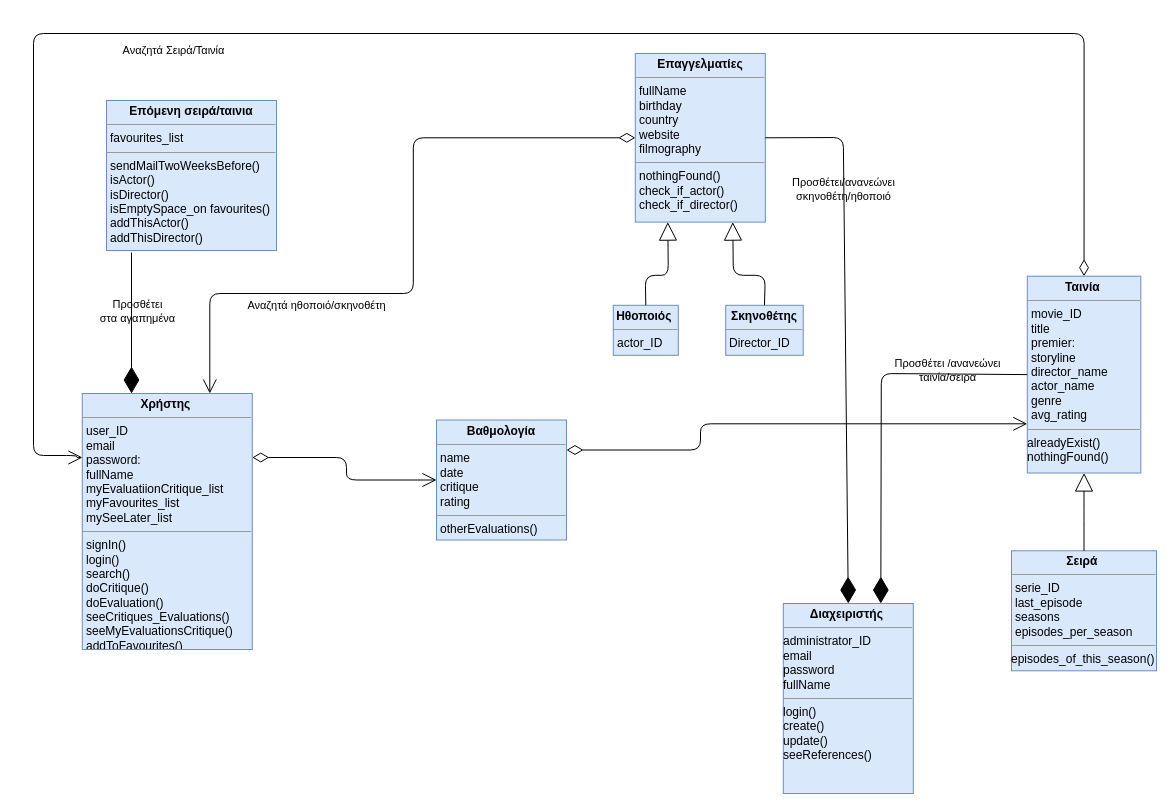
Above: ArtemisErg.drawio in MelTsesmelis/group51 (draw.io), before the change. Source tidied: cells renumbered, new cells numbered last; positions are measured from the earlier drawing's top-left corner, leaving out a move shared by most shapes. Both pictures are drawn from the tidied source at 100%, with x=0, y=0 at pixel (33, 33).
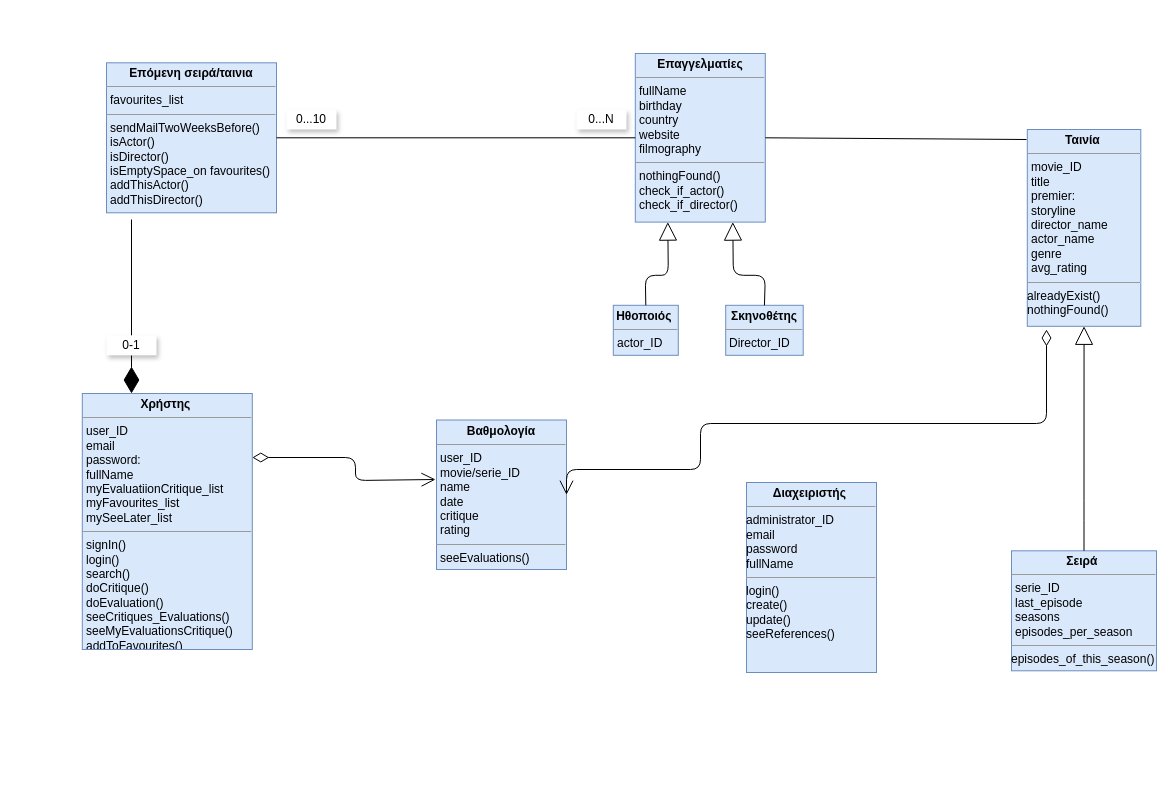
The same page after the edit.

Unchanged cells that the change refers to:
```xml
<mxCell id="2" value="&lt;p style=&quot;margin: 0px ; margin-top: 4px ; text-align: center&quot;&gt;&lt;b&gt;Χρήστης&amp;nbsp;&lt;/b&gt;&lt;/p&gt;&lt;hr size=&quot;1&quot;&gt;&lt;p style=&quot;margin: 0px ; margin-left: 4px&quot;&gt;user_ID&lt;br&gt;&lt;/p&gt;&lt;p style=&quot;margin: 0px ; margin-left: 4px&quot;&gt;email&lt;/p&gt;&lt;p style=&quot;margin: 0px ; margin-left: 4px&quot;&gt;password:&lt;/p&gt;&lt;p style=&quot;margin: 0px ; margin-left: 4px&quot;&gt;fullName&lt;/p&gt;&lt;p style=&quot;margin: 0px ; margin-left: 4px&quot;&gt;myEvaluatiionCritique_list&lt;br&gt;&lt;/p&gt;&lt;p style=&quot;margin: 0px ; margin-left: 4px&quot;&gt;myFavourites_list&lt;/p&gt;&lt;p style=&quot;margin: 0px ; margin-left: 4px&quot;&gt;mySeeLater_list&lt;/p&gt;&lt;hr size=&quot;1&quot;&gt;&lt;p style=&quot;margin: 0px 0px 0px 4px&quot;&gt;&lt;span&gt;signIn()&lt;/span&gt;&lt;br&gt;&lt;/p&gt;&lt;p style=&quot;margin: 0px 0px 0px 4px&quot;&gt;&lt;span&gt;login()&lt;/span&gt;&lt;/p&gt;&lt;p style=&quot;margin: 0px 0px 0px 4px&quot;&gt;search()&lt;span&gt;&lt;br&gt;&lt;/span&gt;&lt;/p&gt;&lt;p style=&quot;margin: 0px 0px 0px 4px&quot;&gt;doCritique()&lt;/p&gt;&lt;p style=&quot;margin: 0px 0px 0px 4px&quot;&gt;doEvaluation()&lt;/p&gt;&lt;p style=&quot;margin: 0px 0px 0px 4px&quot;&gt;seeCritiques_Evaluations()&lt;/p&gt;&lt;p style=&quot;margin: 0px 0px 0px 4px&quot;&gt;seeMyEvaluationsCritique()&lt;/p&gt;&lt;p style=&quot;margin: 0px 0px 0px 4px&quot;&gt;addToFavourites()&lt;/p&gt;&lt;p style=&quot;margin: 0px 0px 0px 4px&quot;&gt;&lt;br&gt;&lt;/p&gt;" style="verticalAlign=top;align=left;overflow=fill;fontSize=12;fontFamily=Helvetica;html=1;fillColor=#dae8fc;strokeColor=#6c8ebf;labelBackgroundColor=none;" parent="1" vertex="1">
  <mxGeometry x="48.8" y="360" width="170" height="256" as="geometry" />
</mxCell>
<mxCell id="10" value="&lt;p style=&quot;margin: 0px ; margin-top: 4px ; text-align: center&quot;&gt;&lt;b&gt;Επαγγελματίες&lt;/b&gt;&lt;/p&gt;&lt;hr size=&quot;1&quot;&gt;&lt;p style=&quot;margin: 0px 0px 0px 4px&quot;&gt;&lt;span&gt;fullName&lt;/span&gt;&lt;br&gt;&lt;/p&gt;&lt;p style=&quot;margin: 0px 0px 0px 4px&quot;&gt;birthday&lt;/p&gt;&lt;p style=&quot;margin: 0px 0px 0px 4px&quot;&gt;country&lt;/p&gt;&lt;p style=&quot;margin: 0px 0px 0px 4px&quot;&gt;website&lt;/p&gt;&lt;p style=&quot;margin: 0px 0px 0px 4px&quot;&gt;filmography&lt;/p&gt;&lt;hr size=&quot;1&quot;&gt;&lt;p style=&quot;margin: 0px ; margin-left: 4px&quot;&gt;&lt;span&gt;nothingFound()&lt;/span&gt;&lt;br&gt;&lt;/p&gt;&lt;p style=&quot;margin: 0px ; margin-left: 4px&quot;&gt;check_if_actor()&lt;/p&gt;&lt;p style=&quot;margin: 0px ; margin-left: 4px&quot;&gt;check_if_director()&lt;/p&gt;" style="verticalAlign=top;align=left;overflow=fill;fontSize=12;fontFamily=Helvetica;html=1;fillColor=#dae8fc;strokeColor=#6c8ebf;labelBackgroundColor=none;" parent="1" vertex="1">
  <mxGeometry x="601.8" y="20" width="130" height="168.6" as="geometry" />
</mxCell>
```

The edit, as a diff of the source:
```diff
@@
-    <mxCell id="3" value="&lt;p style=&quot;margin: 0px ; margin-top: 4px ; text-align: center&quot;&gt;&lt;b&gt;Βαθμολογία&lt;/b&gt;&lt;/p&gt;&lt;hr size=&quot;1&quot;&gt;&lt;p style=&quot;margin: 0px ; margin-left: 4px&quot;&gt;&lt;span&gt;name&lt;/span&gt;&lt;br&gt;&lt;/p&gt;&lt;p style=&quot;margin: 0px ; margin-left: 4px&quot;&gt;&lt;span&gt;date&lt;/span&gt;&lt;/p&gt;&lt;p style=&quot;margin: 0px ; margin-left: 4px&quot;&gt;&lt;span&gt;critique&lt;/span&gt;&lt;/p&gt;&lt;p style=&quot;margin: 0px ; margin-left: 4px&quot;&gt;&lt;span&gt;rating&lt;/span&gt;&lt;/p&gt;&lt;hr size=&quot;1&quot;&gt;&lt;p style=&quot;margin: 0px ; margin-left: 4px&quot;&gt;otherEvaluations()&lt;/p&gt;&lt;p style=&quot;margin: 0px ; margin-left: 4px&quot;&gt;&lt;br&gt;&lt;/p&gt;&lt;p style=&quot;margin: 0px ; margin-left: 4px&quot;&gt;&lt;br&gt;&lt;/p&gt;" style="verticalAlign=top;align=left;overflow=fill;fontSize=12;fontFamily=Helvetica;html=1;fillColor=#dae8fc;strokeColor=#6c8ebf;" parent="1" vertex="1">
-      <mxGeometry x="403" y="386.5" width="130" height="120" as="geometry" />
+    <mxCell id="3" value="&lt;p style=&quot;margin: 0px ; margin-top: 4px ; text-align: center&quot;&gt;&lt;b&gt;Βαθμολογία&lt;/b&gt;&lt;/p&gt;&lt;hr size=&quot;1&quot;&gt;&lt;p style=&quot;margin: 0px ; margin-left: 4px&quot;&gt;&lt;span&gt;user_ID&lt;/span&gt;&lt;/p&gt;&lt;p style=&quot;margin: 0px ; margin-left: 4px&quot;&gt;movie/serie_ID&lt;/p&gt;&lt;p style=&quot;margin: 0px ; margin-left: 4px&quot;&gt;&lt;span&gt;name&lt;/span&gt;&lt;br&gt;&lt;/p&gt;&lt;p style=&quot;margin: 0px ; margin-left: 4px&quot;&gt;&lt;span&gt;date&lt;/span&gt;&lt;/p&gt;&lt;p style=&quot;margin: 0px ; margin-left: 4px&quot;&gt;&lt;span&gt;critique&lt;/span&gt;&lt;/p&gt;&lt;p style=&quot;margin: 0px ; margin-left: 4px&quot;&gt;&lt;span&gt;rating&lt;/span&gt;&lt;/p&gt;&lt;hr size=&quot;1&quot;&gt;&lt;p style=&quot;margin: 0px ; margin-left: 4px&quot;&gt;seeEvaluations()&lt;/p&gt;&lt;p style=&quot;margin: 0px ; margin-left: 4px&quot;&gt;&lt;br&gt;&lt;/p&gt;&lt;p style=&quot;margin: 0px ; margin-left: 4px&quot;&gt;&lt;br&gt;&lt;/p&gt;" style="verticalAlign=top;align=left;overflow=fill;fontSize=12;fontFamily=Helvetica;html=1;fillColor=#dae8fc;strokeColor=#6c8ebf;" parent="1" vertex="1">
+      <mxGeometry x="403" y="386.5" width="130" height="149.5" as="geometry" />
     </mxCell>
     <mxCell id="4" value="&lt;p style=&quot;margin: 0px ; margin-top: 4px ; text-align: center&quot;&gt;&lt;b&gt;&amp;nbsp;Επόμενη σειρά/ταινια&amp;nbsp;&lt;/b&gt;&lt;/p&gt;&lt;hr size=&quot;1&quot;&gt;&lt;p style=&quot;margin: 0px ; margin-left: 4px&quot;&gt;&lt;span&gt;favourites_list&lt;/span&gt;&lt;br&gt;&lt;/p&gt;&lt;hr size=&quot;1&quot;&gt;&lt;p style=&quot;margin: 0px ; margin-left: 4px&quot;&gt;sendMailTwoWeeksBefore()&lt;/p&gt;&lt;p style=&quot;margin: 0px ; margin-left: 4px&quot;&gt;isActor()&lt;/p&gt;&lt;p style=&quot;margin: 0px ; margin-left: 4px&quot;&gt;isDirector()&lt;/p&gt;&lt;p style=&quot;margin: 0px ; margin-left: 4px&quot;&gt;isEmptySpace_on favourites()&lt;/p&gt;&lt;p style=&quot;margin: 0px ; margin-left: 4px&quot;&gt;addThisActor()&lt;/p&gt;&lt;p style=&quot;margin: 0px ; margin-left: 4px&quot;&gt;addThisDirector()&lt;/p&gt;" style="verticalAlign=top;align=left;overflow=fill;fontSize=12;fontFamily=Helvetica;html=1;fillColor=#dae8fc;strokeColor=#6c8ebf;labelBackgroundColor=none;" parent="1" vertex="1">
-      <mxGeometry x="73" y="67" width="170" height="150" as="geometry" />
+      <mxGeometry x="73" y="29.3" width="170" height="150" as="geometry" />
     </mxCell>
@@
     <mxCell id="8" value="&lt;p style=&quot;margin: 0px ; margin-top: 4px ; text-align: center&quot;&gt;&lt;b&gt;Ταινία&amp;nbsp;&lt;/b&gt;&lt;/p&gt;&lt;hr size=&quot;1&quot;&gt;&lt;p style=&quot;margin: 0px 0px 0px 4px&quot;&gt;movie_ID&lt;/p&gt;&lt;p style=&quot;margin: 0px 0px 0px 4px&quot;&gt;title&lt;br&gt;&lt;/p&gt;&lt;p style=&quot;margin: 0px 0px 0px 4px&quot;&gt;premier:&lt;/p&gt;&lt;p style=&quot;margin: 0px 0px 0px 4px&quot;&gt;storyline&lt;/p&gt;&lt;p style=&quot;margin: 0px 0px 0px 4px&quot;&gt;director_name&lt;/p&gt;&lt;p style=&quot;margin: 0px 0px 0px 4px&quot;&gt;actor_name&lt;/p&gt;&lt;p style=&quot;margin: 0px 0px 0px 4px&quot;&gt;genre&lt;/p&gt;&lt;p style=&quot;margin: 0px 0px 0px 4px&quot;&gt;avg_rating&lt;/p&gt;&lt;hr size=&quot;1&quot;&gt;alreadyExist()&lt;br&gt;nothingFound()&lt;br&gt;&lt;br&gt;&lt;p style=&quot;margin: 0px ; margin-left: 4px&quot;&gt;&lt;/p&gt;" style="verticalAlign=top;align=left;overflow=fill;fontSize=12;fontFamily=Helvetica;html=1;fillColor=#dae8fc;strokeColor=#6c8ebf;labelBackgroundColor=none;" parent="1" vertex="1">
-      <mxGeometry x="993.8" y="242.7" width="113.5" height="196.8" as="geometry" />
+      <mxGeometry x="993.8" y="96" width="113.5" height="196.8" as="geometry" />
     </mxCell>
     <mxCell id="9" value="&lt;p style=&quot;margin: 0px ; margin-top: 4px ; text-align: center&quot;&gt;&lt;b&gt;Διαχειριστής&amp;nbsp;&lt;/b&gt;&lt;/p&gt;&lt;hr size=&quot;1&quot;&gt;administrator_ID&lt;br&gt;&lt;span&gt;email&lt;br&gt;&lt;/span&gt;&lt;span&gt;password&lt;br&gt;&lt;/span&gt;&lt;span&gt;fullName&lt;/span&gt;&lt;span&gt;&lt;br&gt;&lt;/span&gt;&lt;hr size=&quot;1&quot;&gt;login()&lt;span&gt;&lt;br&gt;create()&lt;br&gt;update()&lt;br&gt;&lt;/span&gt;&lt;span&gt;seeReferences()&lt;/span&gt;&lt;span&gt;&lt;br&gt;&lt;/span&gt;" style="verticalAlign=top;align=left;overflow=fill;fontSize=12;fontFamily=Helvetica;html=1;fillColor=#dae8fc;strokeColor=#6c8ebf;labelBackgroundColor=none;" parent="1" vertex="1">
-      <mxGeometry x="749.8" y="570" width="130" height="190" as="geometry" />
+      <mxGeometry x="713" y="449" width="130" height="190" as="geometry" />
     </mxCell>
@@
-    <mxCell id="14" style="endArrow=open;html=1;endSize=12;startArrow=diamondThin;startSize=14;startFill=0;edgeStyle=orthogonalEdgeStyle;align=left;verticalAlign=bottom;entryX=0.75;entryY=0;entryDx=0;entryDy=0;exitX=0;exitY=0.5;exitDx=0;exitDy=0;labelBackgroundColor=none;" parent="1" edge="1" source="10" target="2">
-      <mxGeometry x="-1" y="3" relative="1" as="geometry">
-        <Array as="points">
-          <mxPoint x="379.8" y="104" />
-          <mxPoint x="379.8" y="260" />
-          <mxPoint x="176.8" y="260" />
-        </Array>
-      </mxGeometry>
-    </mxCell>
-    <mxCell id="15" value="Αναζητά ηθοποιό/σκηνοθέτη" style="edgeLabel;html=1;align=center;verticalAlign=middle;labelBackgroundColor=none;" parent="14" vertex="1">
-      <mxGeometry x="0.26" y="4" relative="1" as="geometry">
-        <mxPoint x="-46" y="7" as="offset" />
-      </mxGeometry>
-    </mxCell>
-    <mxCell id="16" style="endArrow=diamondThin;endFill=1;endSize=24;html=1;entryX=0.5;entryY=0;entryDx=0;entryDy=0;exitX=1;exitY=0.5;exitDx=0;exitDy=0;labelBackgroundColor=none;" parent="1" edge="1" source="10" target="9">
-      <mxGeometry relative="1" as="geometry">
-        <Array as="points">
-          <mxPoint x="809.8" y="104" />
-        </Array>
-      </mxGeometry>
-    </mxCell>
-    <mxCell id="17" value="Προσθέτει/ανανεώνει&lt;br&gt;σκηνοθέτη/ηθοποιό" style="edgeLabel;html=1;align=center;verticalAlign=middle;labelBackgroundColor=none;" parent="16" vertex="1">
-      <mxGeometry x="0.04" y="-2" relative="1" as="geometry">
-        <mxPoint y="-154" as="offset" />
-      </mxGeometry>
-    </mxCell>
-    <mxCell id="18" style="endArrow=diamondThin;endFill=1;endSize=24;html=1;entryX=0.75;entryY=0;entryDx=0;entryDy=0;exitX=0;exitY=0.5;exitDx=0;exitDy=0;labelBackgroundColor=none;" parent="1" edge="1" source="8" target="9">
-      <mxGeometry relative="1" as="geometry">
-        <Array as="points">
-          <mxPoint x="847.8" y="340" />
-        </Array>
-      </mxGeometry>
-    </mxCell>
-    <mxCell id="19" value="Προσθέτει /ανανεώνει&lt;br&gt;ταινία/σειρα" style="edgeLabel;html=1;align=center;verticalAlign=middle;labelBackgroundColor=none;" parent="18" vertex="1">
-      <mxGeometry x="0.24" y="4" relative="1" as="geometry">
-        <mxPoint x="62" y="-91" as="offset" />
-      </mxGeometry>
-    </mxCell>
-    <mxCell id="20" style="endArrow=open;html=1;endSize=12;startArrow=diamondThin;startSize=14;startFill=0;edgeStyle=orthogonalEdgeStyle;align=left;verticalAlign=bottom;exitX=0.5;exitY=0;exitDx=0;exitDy=0;labelBackgroundColor=none;" parent="1" edge="1" source="8">
-      <mxGeometry x="-1" y="3" relative="1" as="geometry">
-        <mxPoint x="49" y="424" as="targetPoint" />
-        <Array as="points">
-          <mxPoint x="1051" />
-          <mxPoint />
-          <mxPoint y="422" />
-          <mxPoint x="43" y="422" />
-          <mxPoint x="43" y="424" />
-        </Array>
-      </mxGeometry>
-    </mxCell>
-    <mxCell id="21" value="Αναζητά Σειρά/Ταινία" style="edgeLabel;html=1;align=center;verticalAlign=middle;labelBackgroundColor=none;" parent="20" vertex="1">
-      <mxGeometry x="0.26" y="4" relative="1" as="geometry">
-        <mxPoint x="-41" y="12" as="offset" />
-      </mxGeometry>
-    </mxCell>
-    <mxCell id="22" value="Προσθέτει&lt;br&gt;στα αγαπημένα" style="edgeLabel;html=1;align=center;verticalAlign=middle;labelBackgroundColor=none;" parent="1" vertex="1">
-      <mxGeometry x="103" y="277" as="geometry" />
-    </mxCell>
-    <mxCell id="23" style="endArrow=diamondThin;endFill=1;endSize=24;html=1;entryX=0.5;entryY=0;entryDx=0;entryDy=0;labelBackgroundColor=none;" parent="1" edge="1">
+    <mxCell id="23" style="endArrow=diamondThin;endFill=1;endSize=24;html=1;entryX=0.5;entryY=0;entryDx=0;entryDy=0;labelBackgroundColor=none;startArrow=none;" parent="1" edge="1" source="26">
       <mxGeometry relative="1" as="geometry">
-        <mxPoint x="98" y="219" as="sourcePoint" />
         <mxPoint x="98" y="360" as="targetPoint" />
       </mxGeometry>
     </mxCell>
-    <mxCell id="24" style="endArrow=open;html=1;endSize=12;startArrow=diamondThin;startSize=14;startFill=0;edgeStyle=orthogonalEdgeStyle;align=left;verticalAlign=bottom;exitX=1;exitY=0.25;exitDx=0;exitDy=0;entryX=0;entryY=0.5;entryDx=0;entryDy=0;" parent="1" edge="1" source="2" target="3">
+    <mxCell id="24" style="endArrow=open;html=1;endSize=12;startArrow=diamondThin;startSize=14;startFill=0;edgeStyle=orthogonalEdgeStyle;align=left;verticalAlign=bottom;exitX=1;exitY=0.25;exitDx=0;exitDy=0;" parent="1" edge="1" source="2">
       <mxGeometry x="-1" y="3" relative="1" as="geometry">
+        <mxPoint x="402" y="446" as="targetPoint" />
         <Array as="points">
-          <mxPoint x="313" y="424" />
-          <mxPoint x="313" y="447" />
+          <mxPoint x="322" y="424" />
+          <mxPoint x="322" y="447" />
         </Array>
       </mxGeometry>
     </mxCell>
-    <mxCell id="25" style="endArrow=open;html=1;endSize=12;startArrow=diamondThin;startSize=14;startFill=0;edgeStyle=orthogonalEdgeStyle;align=left;verticalAlign=bottom;exitX=1;exitY=0.25;exitDx=0;exitDy=0;entryX=0;entryY=0.75;entryDx=0;entryDy=0;" parent="1" edge="1" source="3" target="8">
+    <mxCell id="25" style="endArrow=open;html=1;endSize=12;startArrow=diamondThin;startSize=14;startFill=0;edgeStyle=orthogonalEdgeStyle;align=left;verticalAlign=bottom;entryX=1;entryY=0.5;entryDx=0;entryDy=0;" parent="1" edge="1" target="3">
       <mxGeometry x="-1" y="3" relative="1" as="geometry">
+        <mxPoint x="1013" y="296" as="sourcePoint" />
         <Array as="points">
-          <mxPoint x="667" y="416" />
           <mxPoint x="667" y="390" />
+          <mxPoint x="667" y="436" />
         </Array>
       </mxGeometry>
     </mxCell>
+    <mxCell id="26" value="0-1" style="text;html=1;strokeColor=none;align=center;verticalAlign=middle;whiteSpace=wrap;rounded=0;shadow=1;fillColor=#FFFFFF;" parent="1" vertex="1">
+      <mxGeometry x="73" y="301.8" width="50" height="20" as="geometry" />
+    </mxCell>
+    <mxCell id="27" style="endArrow=none;endFill=1;endSize=24;html=1;entryX=0.5;entryY=0;entryDx=0;entryDy=0;labelBackgroundColor=none;" parent="1" edge="1" target="26">
+      <mxGeometry relative="1" as="geometry">
+        <mxPoint x="98" y="186" as="sourcePoint" />
+      </mxGeometry>
+    </mxCell>
+    <mxCell id="28" value="0...10" style="text;html=1;strokeColor=none;align=center;verticalAlign=middle;whiteSpace=wrap;rounded=0;shadow=1;fillColor=#FFFFFF;" parent="1" vertex="1">
+      <mxGeometry x="253" y="76" width="50" height="20" as="geometry" />
+    </mxCell>
+    <mxCell id="29" style="endArrow=none;html=1;exitX=1;exitY=0.5;exitDx=0;exitDy=0;entryX=0;entryY=0.5;entryDx=0;entryDy=0;" parent="1" edge="1" source="4" target="10">
+      <mxGeometry relative="1" as="geometry" />
+    </mxCell>
+    <mxCell id="30" value="0...Ν" style="text;html=1;strokeColor=none;align=center;verticalAlign=middle;whiteSpace=wrap;rounded=0;shadow=1;fillColor=#FFFFFF;" parent="1" vertex="1">
+      <mxGeometry x="543" y="76" width="50" height="20" as="geometry" />
+    </mxCell>
+    <mxCell id="31" style="endArrow=none;html=1;exitX=1;exitY=0.5;exitDx=0;exitDy=0;" parent="1" edge="1" source="10">
+      <mxGeometry relative="1" as="geometry">
+        <mxPoint x="993" y="106" as="targetPoint" />
+      </mxGeometry>
+    </mxCell>
```
